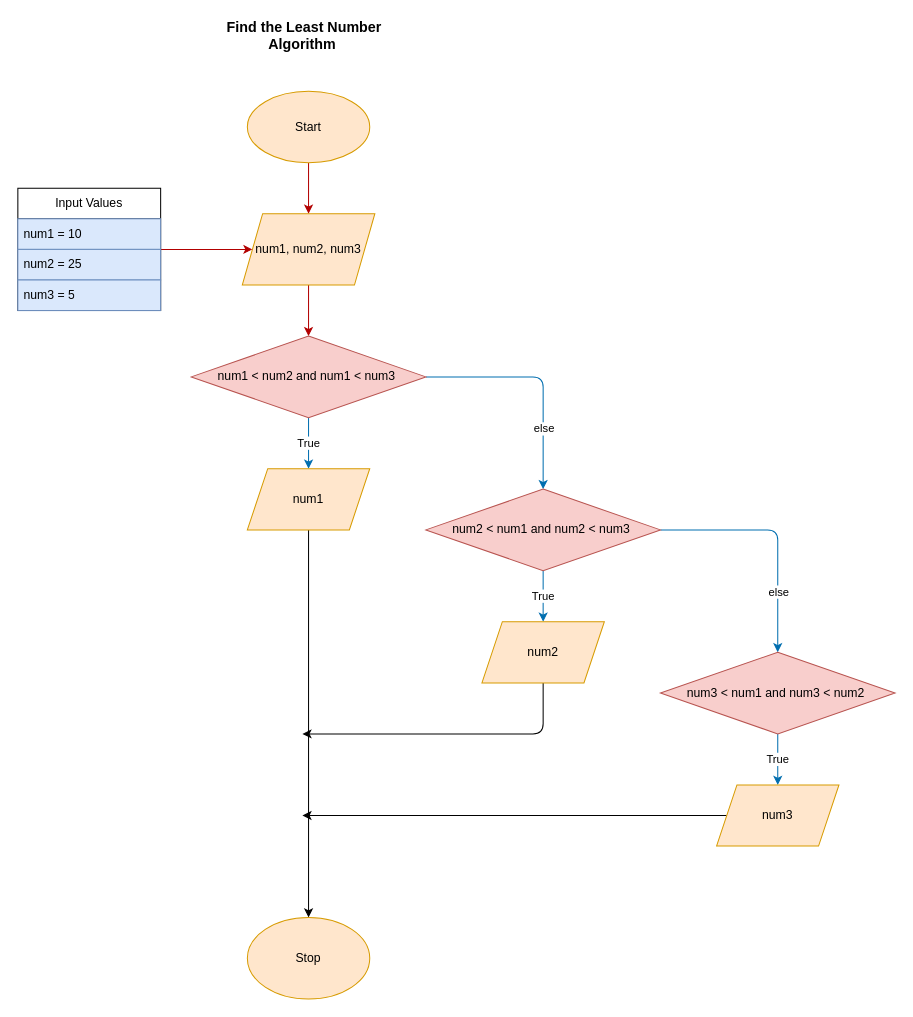
Earlier version of the draw.io diagram main.drawio (ipivanparra/Algorithm-4-2). Source tidied: cells renumbered, new cells numbered last; positions are measured from the earlier drawing's top-left corner, leaving out a move shared by most shapes. Both pictures are drawn from the tidied source at 102%, with x=0, y=0 at pixel (17, 19).
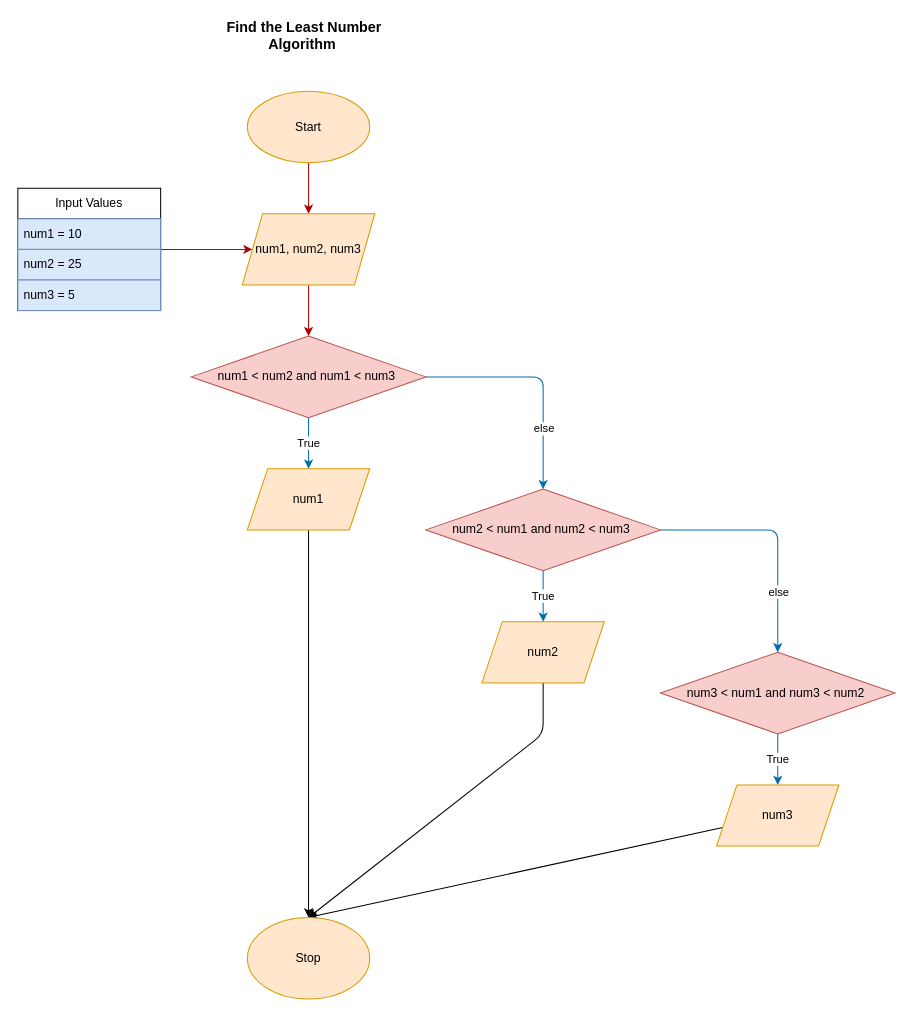
Above is the later version.

The change refers to these unchanged cells:
```xml
<mxCell id="22" value="num2" style="shape=parallelogram;perimeter=parallelogramPerimeter;whiteSpace=wrap;html=1;fixedSize=1;fillColor=#ffe6cc;strokeColor=#d79b00;" parent="1" vertex="1">
  <mxGeometry x="455" y="590" width="120" height="60" as="geometry" />
</mxCell>
<mxCell id="26" value="num3" style="shape=parallelogram;perimeter=parallelogramPerimeter;whiteSpace=wrap;html=1;fixedSize=1;fillColor=#ffe6cc;strokeColor=#d79b00;" parent="1" vertex="1">
  <mxGeometry x="685" y="750" width="120" height="60" as="geometry" />
</mxCell>
<mxCell id="27" value="Stop" style="ellipse;whiteSpace=wrap;html=1;fillColor=#ffe6cc;strokeColor=#d79b00;" parent="1" vertex="1">
  <mxGeometry x="225" y="880" width="120" height="80" as="geometry" />
</mxCell>
```

What changed in the source:
```diff
@@
-    <mxCell id="21" style="edgeStyle=none;html=1;exitX=0.5;exitY=1;exitDx=0;exitDy=0;strokeColor=light-dark(#000000,#CCFFE6);" parent="1" edge="1" source="22">
+    <mxCell id="21" style="edgeStyle=none;html=1;exitX=0.5;exitY=1;exitDx=0;exitDy=0;strokeColor=light-dark(#000000,#CCFFE6);entryX=0.5;entryY=0;entryDx=0;entryDy=0;" parent="1" edge="1" source="22" target="27">
       <mxGeometry relative="1" as="geometry">
-        <mxPoint x="279" y="700" as="targetPoint" />
         <Array as="points">
           <mxPoint x="515" y="700" />
         </Array>
       </mxGeometry>
     </mxCell>
@@
-    <mxCell id="25" style="html=1;rounded=0;endArrow=classic;endFill=1;strokeColor=light-dark(#000000,#CCFFE6);" parent="1" edge="1" source="26">
-      <mxGeometry relative="1" as="geometry">
-        <mxPoint x="279" y="780" as="targetPoint" />
-      </mxGeometry>
+    <mxCell id="25" style="html=1;rounded=0;endArrow=classic;endFill=1;strokeColor=light-dark(#000000,#CCFFE6);entryX=0.5;entryY=0;entryDx=0;entryDy=0;" parent="1" edge="1" source="26" target="27">
+      <mxGeometry relative="1" as="geometry" />
     </mxCell>
```
